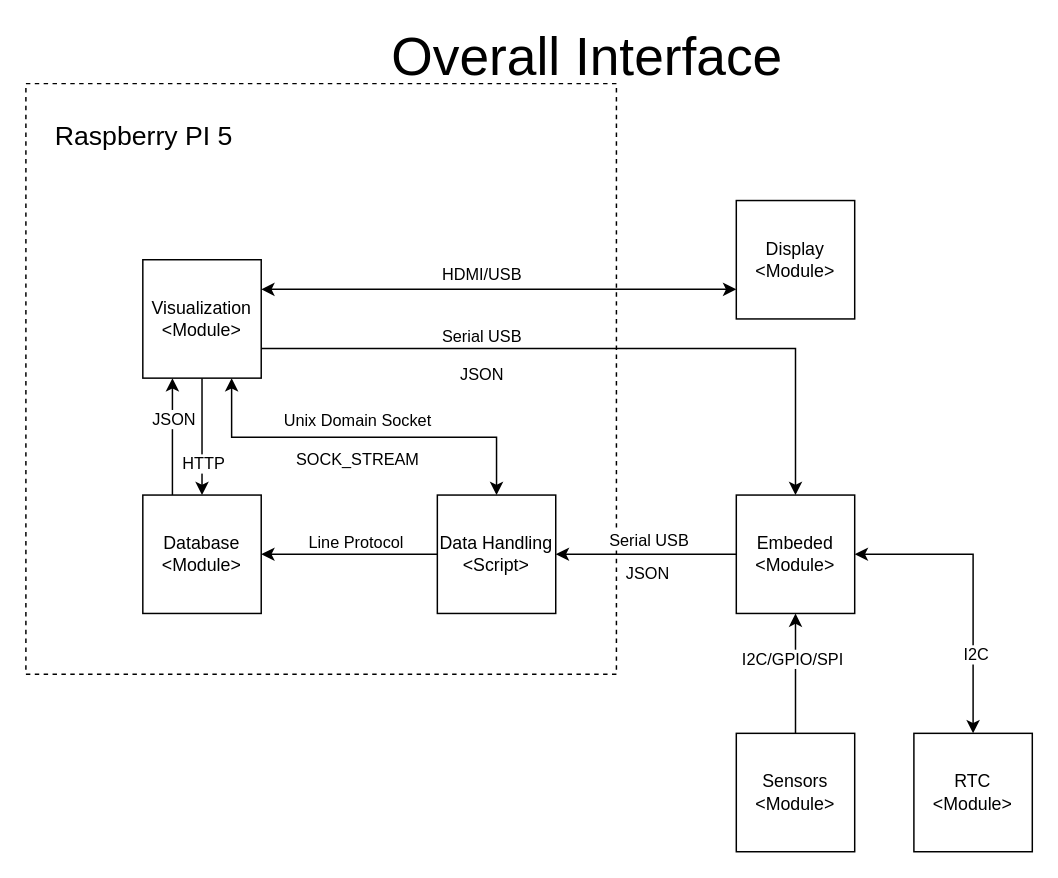
Above: diagrams/Overall_Software_Interface.drawio in martintara/kaffeknekt (draw.io), before the change. Source tidied: cells renumbered, new cells numbered last; positions are measured from the earlier drawing's top-left corner, leaving out a move shared by most shapes. Both pictures are drawn from the tidied source at 148%, with x=0, y=0 at pixel (25, 34).
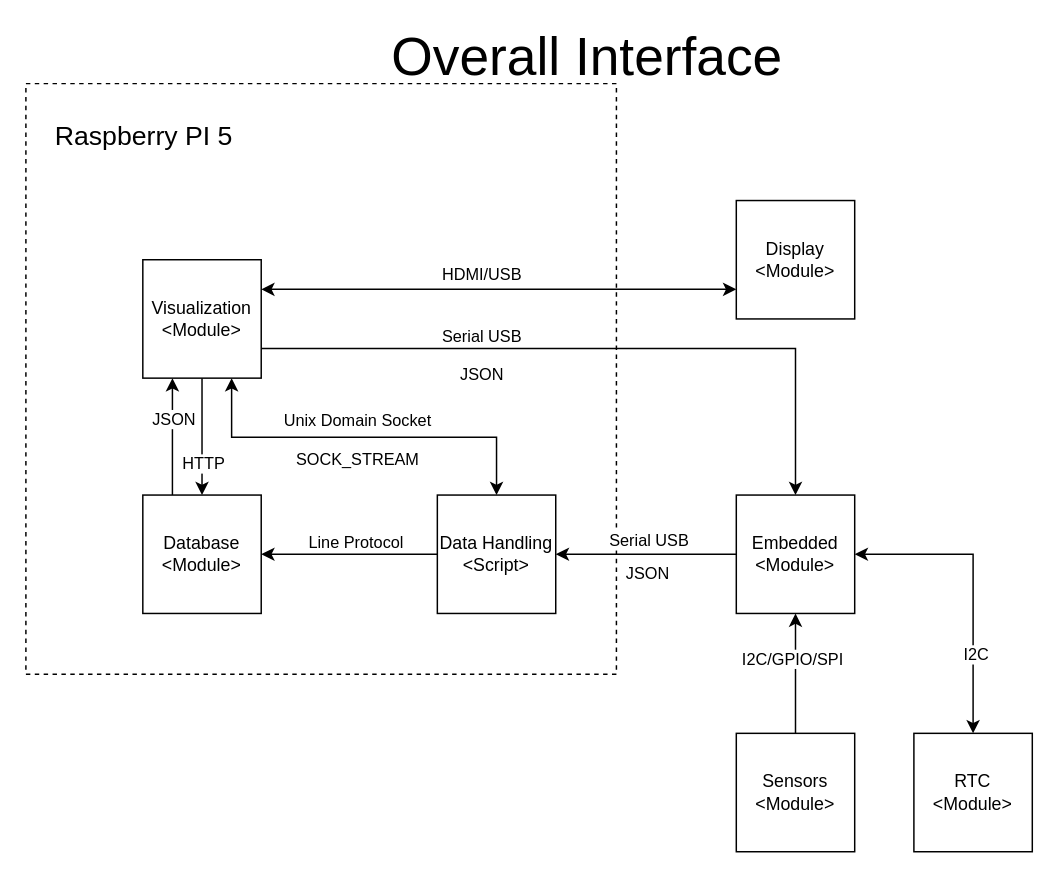
After the change.

Change to the diagram source:
```diff
@@
-    <mxCell id="18" value="Embeded&lt;br&gt;&amp;lt;Module&amp;gt;" style="whiteSpace=wrap;html=1;" parent="1" vertex="1">
+    <mxCell id="18" value="Embedded&lt;br&gt;&amp;lt;Module&amp;gt;" style="whiteSpace=wrap;html=1;" parent="1" vertex="1">
       <mxGeometry x="480" y="311" width="80" height="80" as="geometry" />
     </mxCell>
```
